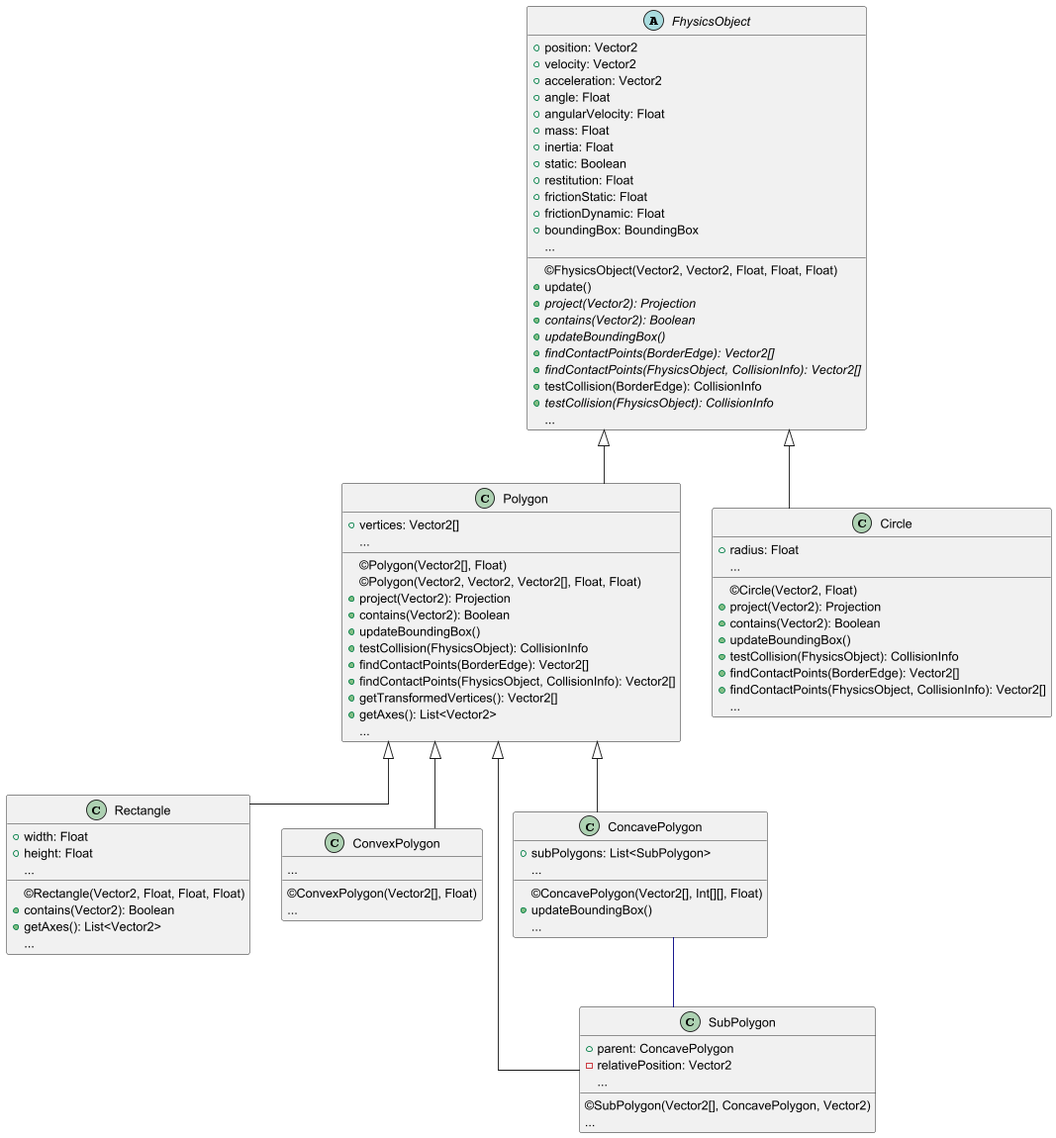
Earlier version of the PlantUML export diagrams/FhysicsObjects.png (OfficerYoda/Fhysics). Its diagram source:
```plantuml
@startuml

top to bottom direction
skinparam linetype ortho

abstract class FhysicsObject {
    + position: Vector2
    + velocity: Vector2
    + acceleration: Vector2
    + angle: Float
    + angularVelocity: Float
    + mass: Float
    + inertia: Float
    + static: Boolean
    + restitution: Float
    + frictionStatic: Float
    + frictionDynamic: Float
    + boundingBox: BoundingBox
    {field} ...
    ©FhysicsObject(Vector2, Vector2, Float, Float, Float)
    + update()
    {abstract} + project(Vector2): Projection
    {abstract} + contains(Vector2): Boolean
    {abstract} + updateBoundingBox()
    {abstract} + findContactPoints(BorderEdge): Vector2[]
    {abstract} + findContactPoints(FhysicsObject, CollisionInfo): Vector2[]
    + testCollision(BorderEdge): CollisionInfo
    {abstract} + testCollision(FhysicsObject): CollisionInfo
    {method} ...
}

class Circle {
    + radius: Float
    {field} ...
    ©Circle(Vector2, Float)
    + project(Vector2): Projection
    + contains(Vector2): Boolean
    + updateBoundingBox()
    + testCollision(FhysicsObject): CollisionInfo
    + findContactPoints(BorderEdge): Vector2[]
    + findContactPoints(FhysicsObject, CollisionInfo): Vector2[]
    {method} ...
}

class Polygon {
    + vertices: Vector2[]
    {field} ...
    ©Polygon(Vector2[], Float)
    ©Polygon(Vector2, Vector2, Vector2[], Float, Float)
    + project(Vector2): Projection
    + contains(Vector2): Boolean
    + updateBoundingBox()
    + testCollision(FhysicsObject): CollisionInfo
    + findContactPoints(BorderEdge): Vector2[]
    + findContactPoints(FhysicsObject, CollisionInfo): Vector2[]
    + getTransformedVertices(): Vector2[]
    + getAxes(): List<Vector2>
    {method} ...
}

class Rectangle {
    + width: Float
    + height: Float
    {field} ...
    ©Rectangle(Vector2, Float, Float, Float)
    + contains(Vector2): Boolean
    + getAxes(): List<Vector2>
    {method} ...
}

class ConvexPolygon {
    {field} ...
    ©ConvexPolygon(Vector2[], Float)
    {method} ...
}

class ConcavePolygon {
    + subPolygons: List<SubPolygon>
    {field} ...
    ©ConcavePolygon(Vector2[], Int[][], Float)
    + updateBoundingBox()
    {method} ...
}

class SubPolygon {
    + parent: ConcavePolygon
    - relativePosition: Vector2
    {field} ...
    ©SubPolygon(Vector2[], ConcavePolygon, Vector2)
    {method} ...
}

Circle             -u-|>  FhysicsObject
ConcavePolygon     -u-|>  Polygon
ConvexPolygon      -u-|>  Polygon
Polygon            -u-|>  FhysicsObject
Rectangle          -u-|>  Polygon
SubPolygon         -u-|>  Polygon
ConcavePolygon     -[#000082]- SubPolygon
@enduml
```
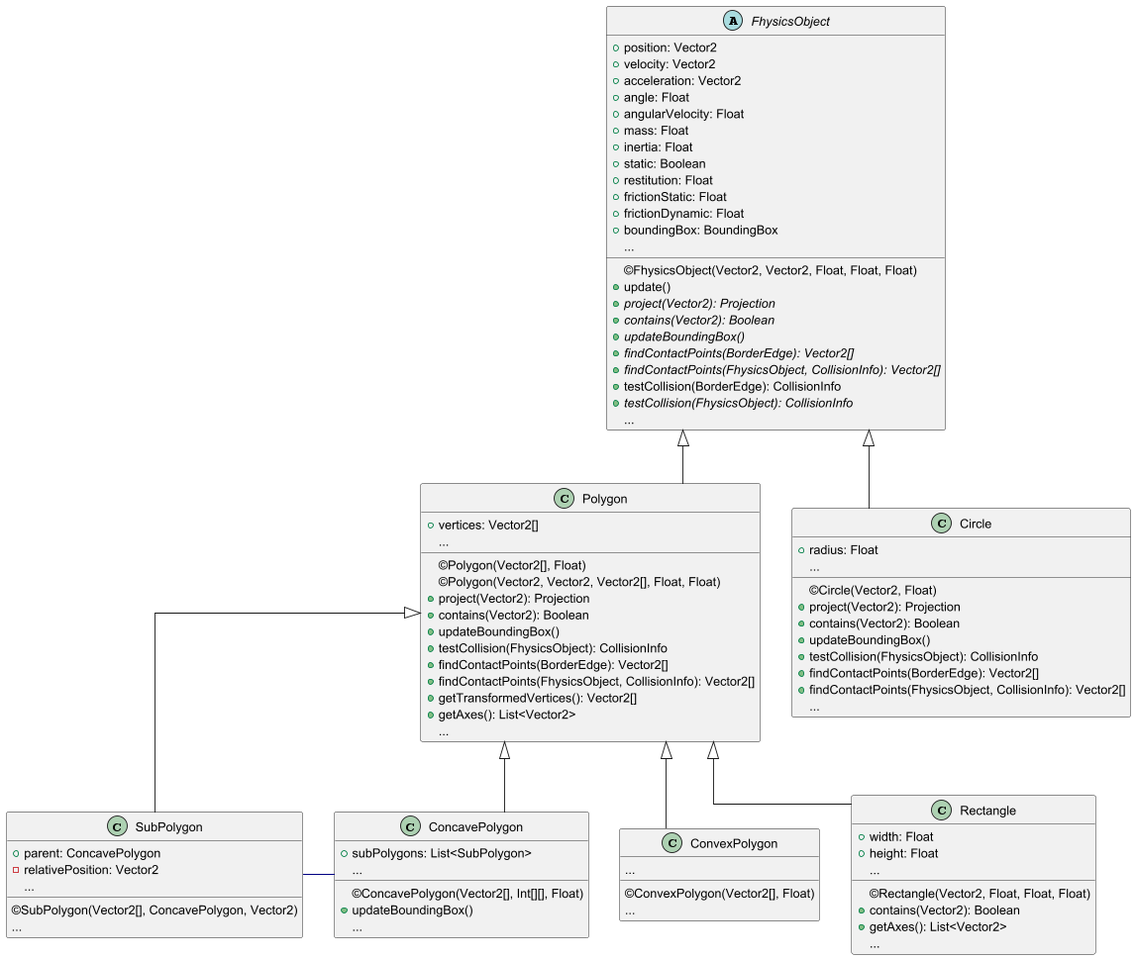
Above is the later version.

Diff of the diagram source:
```diff
@@ -58,6 +58,12 @@
     {method} ...
 }
 
+class ConvexPolygon {
+    {field} ...
+    ©ConvexPolygon(Vector2[], Float)
+    {method} ...
+}
+
 class Rectangle {
     + width: Float
     + height: Float
@@ -65,12 +71,6 @@
     ©Rectangle(Vector2, Float, Float, Float)
     + contains(Vector2): Boolean
     + getAxes(): List<Vector2>
-    {method} ...
-}
-
-class ConvexPolygon {
-    {field} ...
-    ©ConvexPolygon(Vector2[], Float)
     {method} ...
 }
 
@@ -96,5 +96,5 @@
 Polygon            -u-|>  FhysicsObject
 Rectangle          -u-|>  Polygon
 SubPolygon         -u-|>  Polygon
-ConcavePolygon     -[#000082]- SubPolygon
+ConcavePolygon     -l[#000082]- SubPolygon
 @enduml
```
